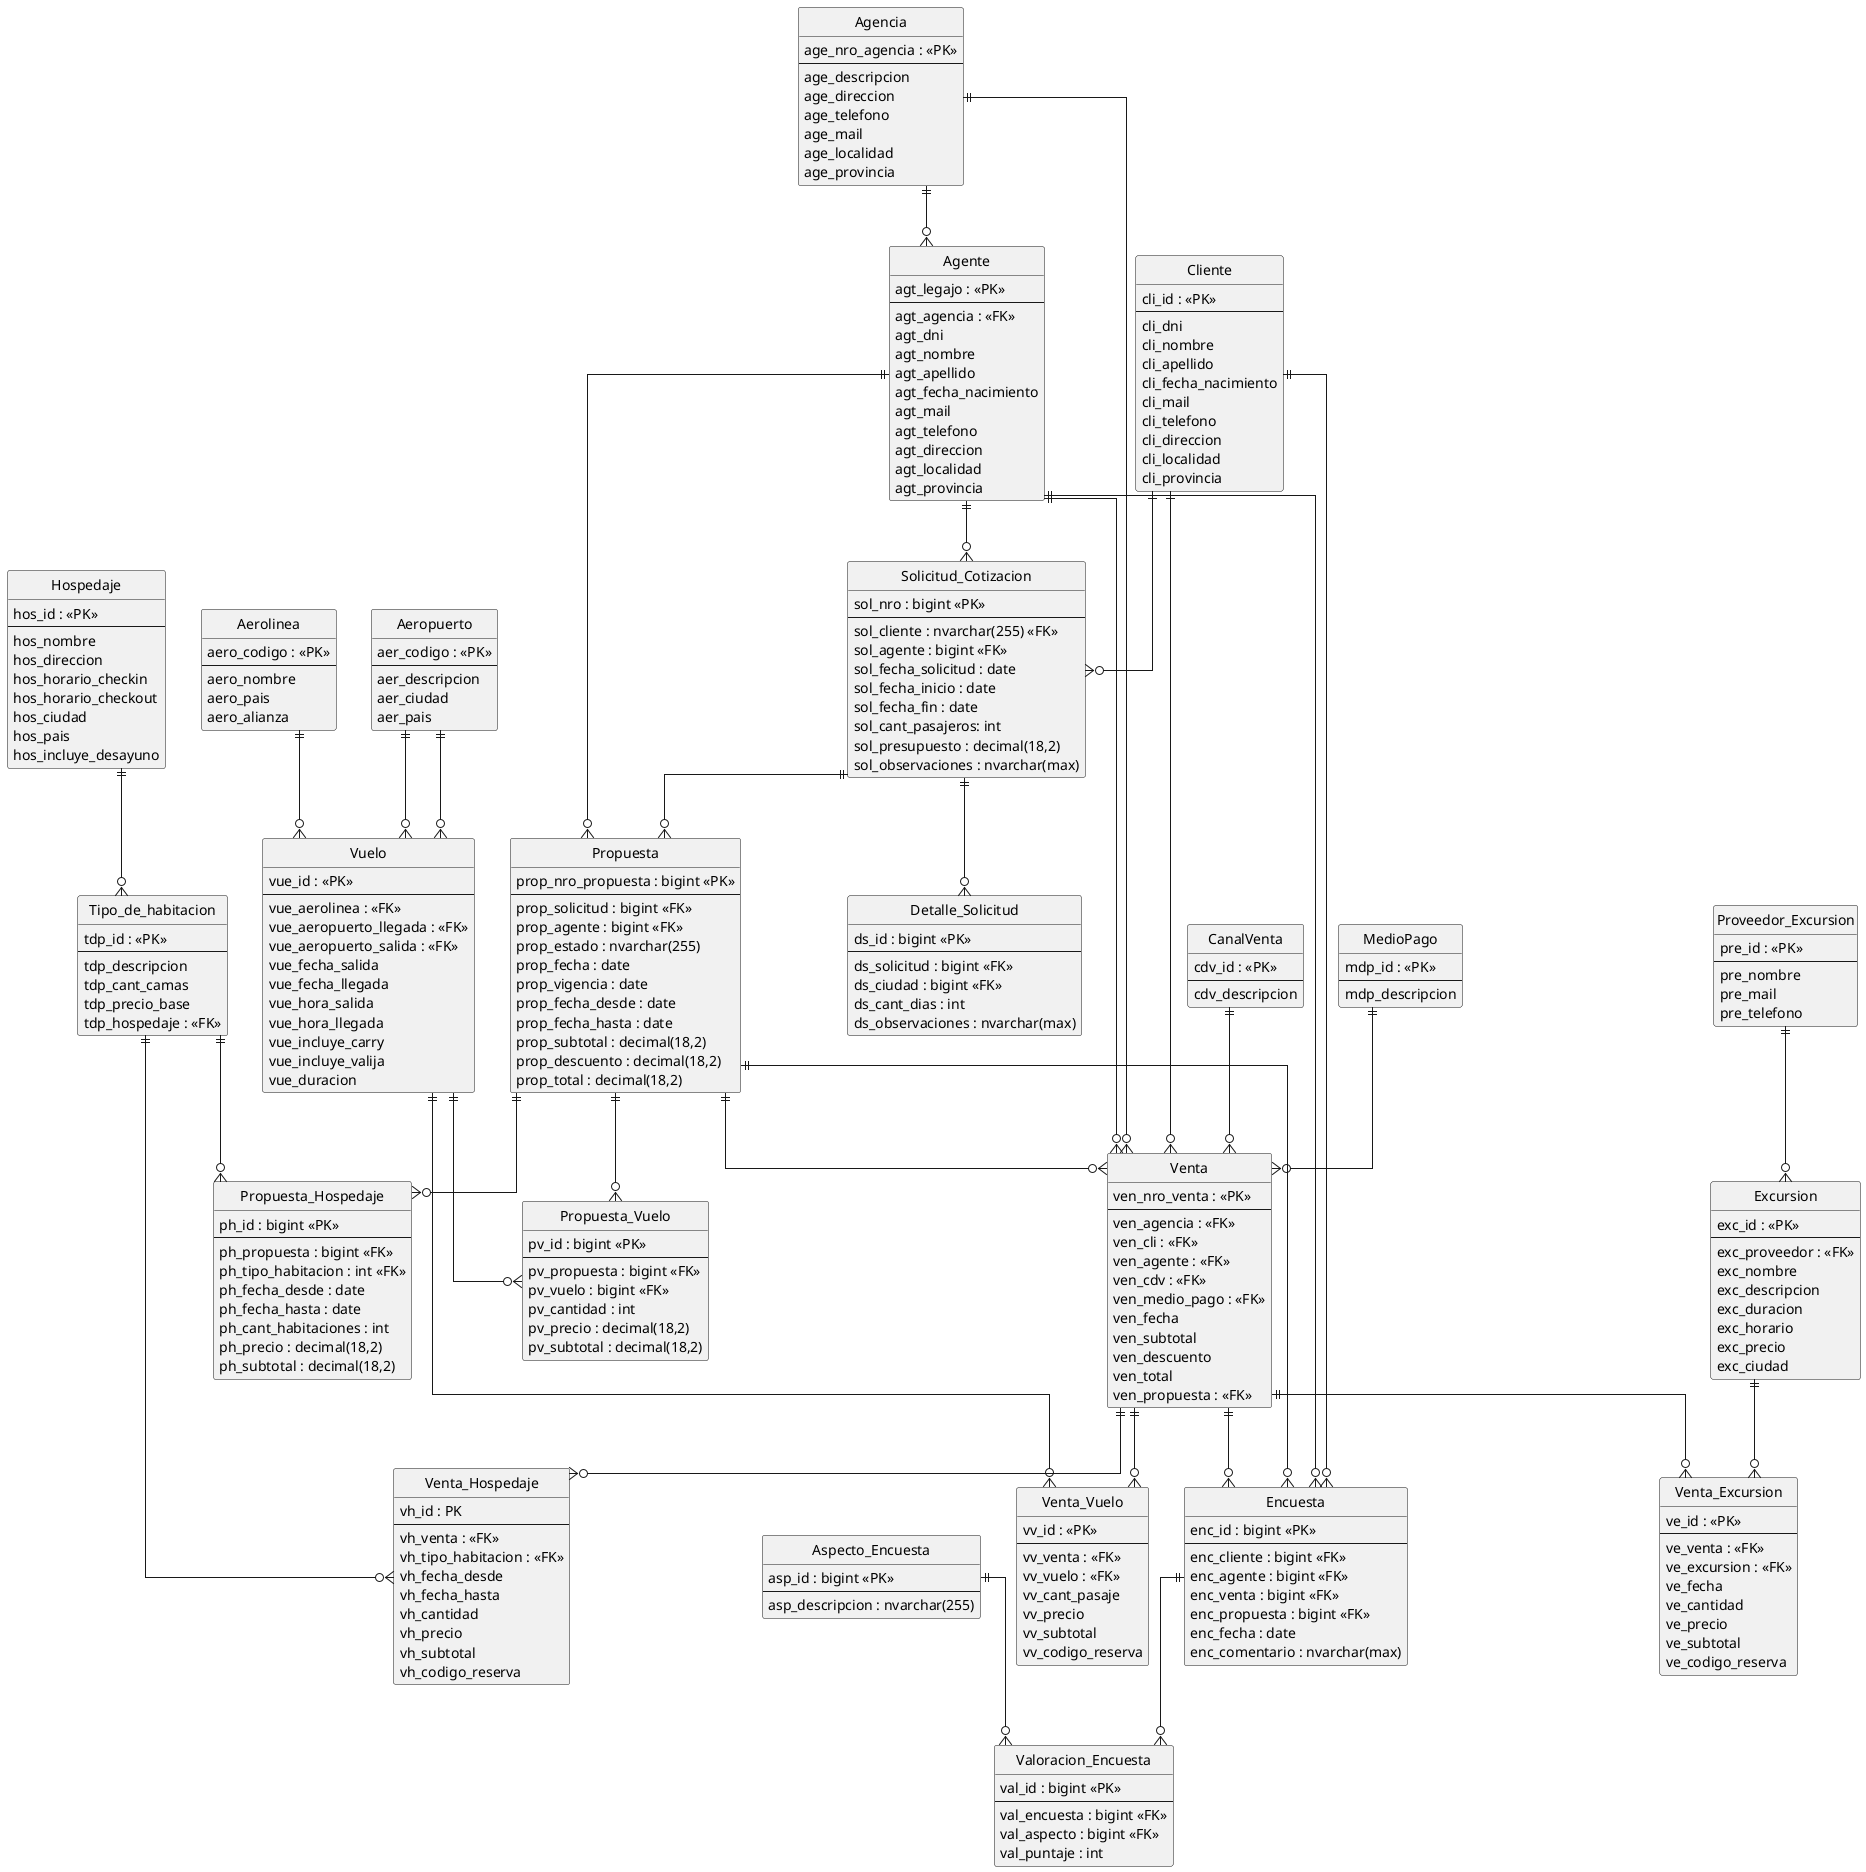
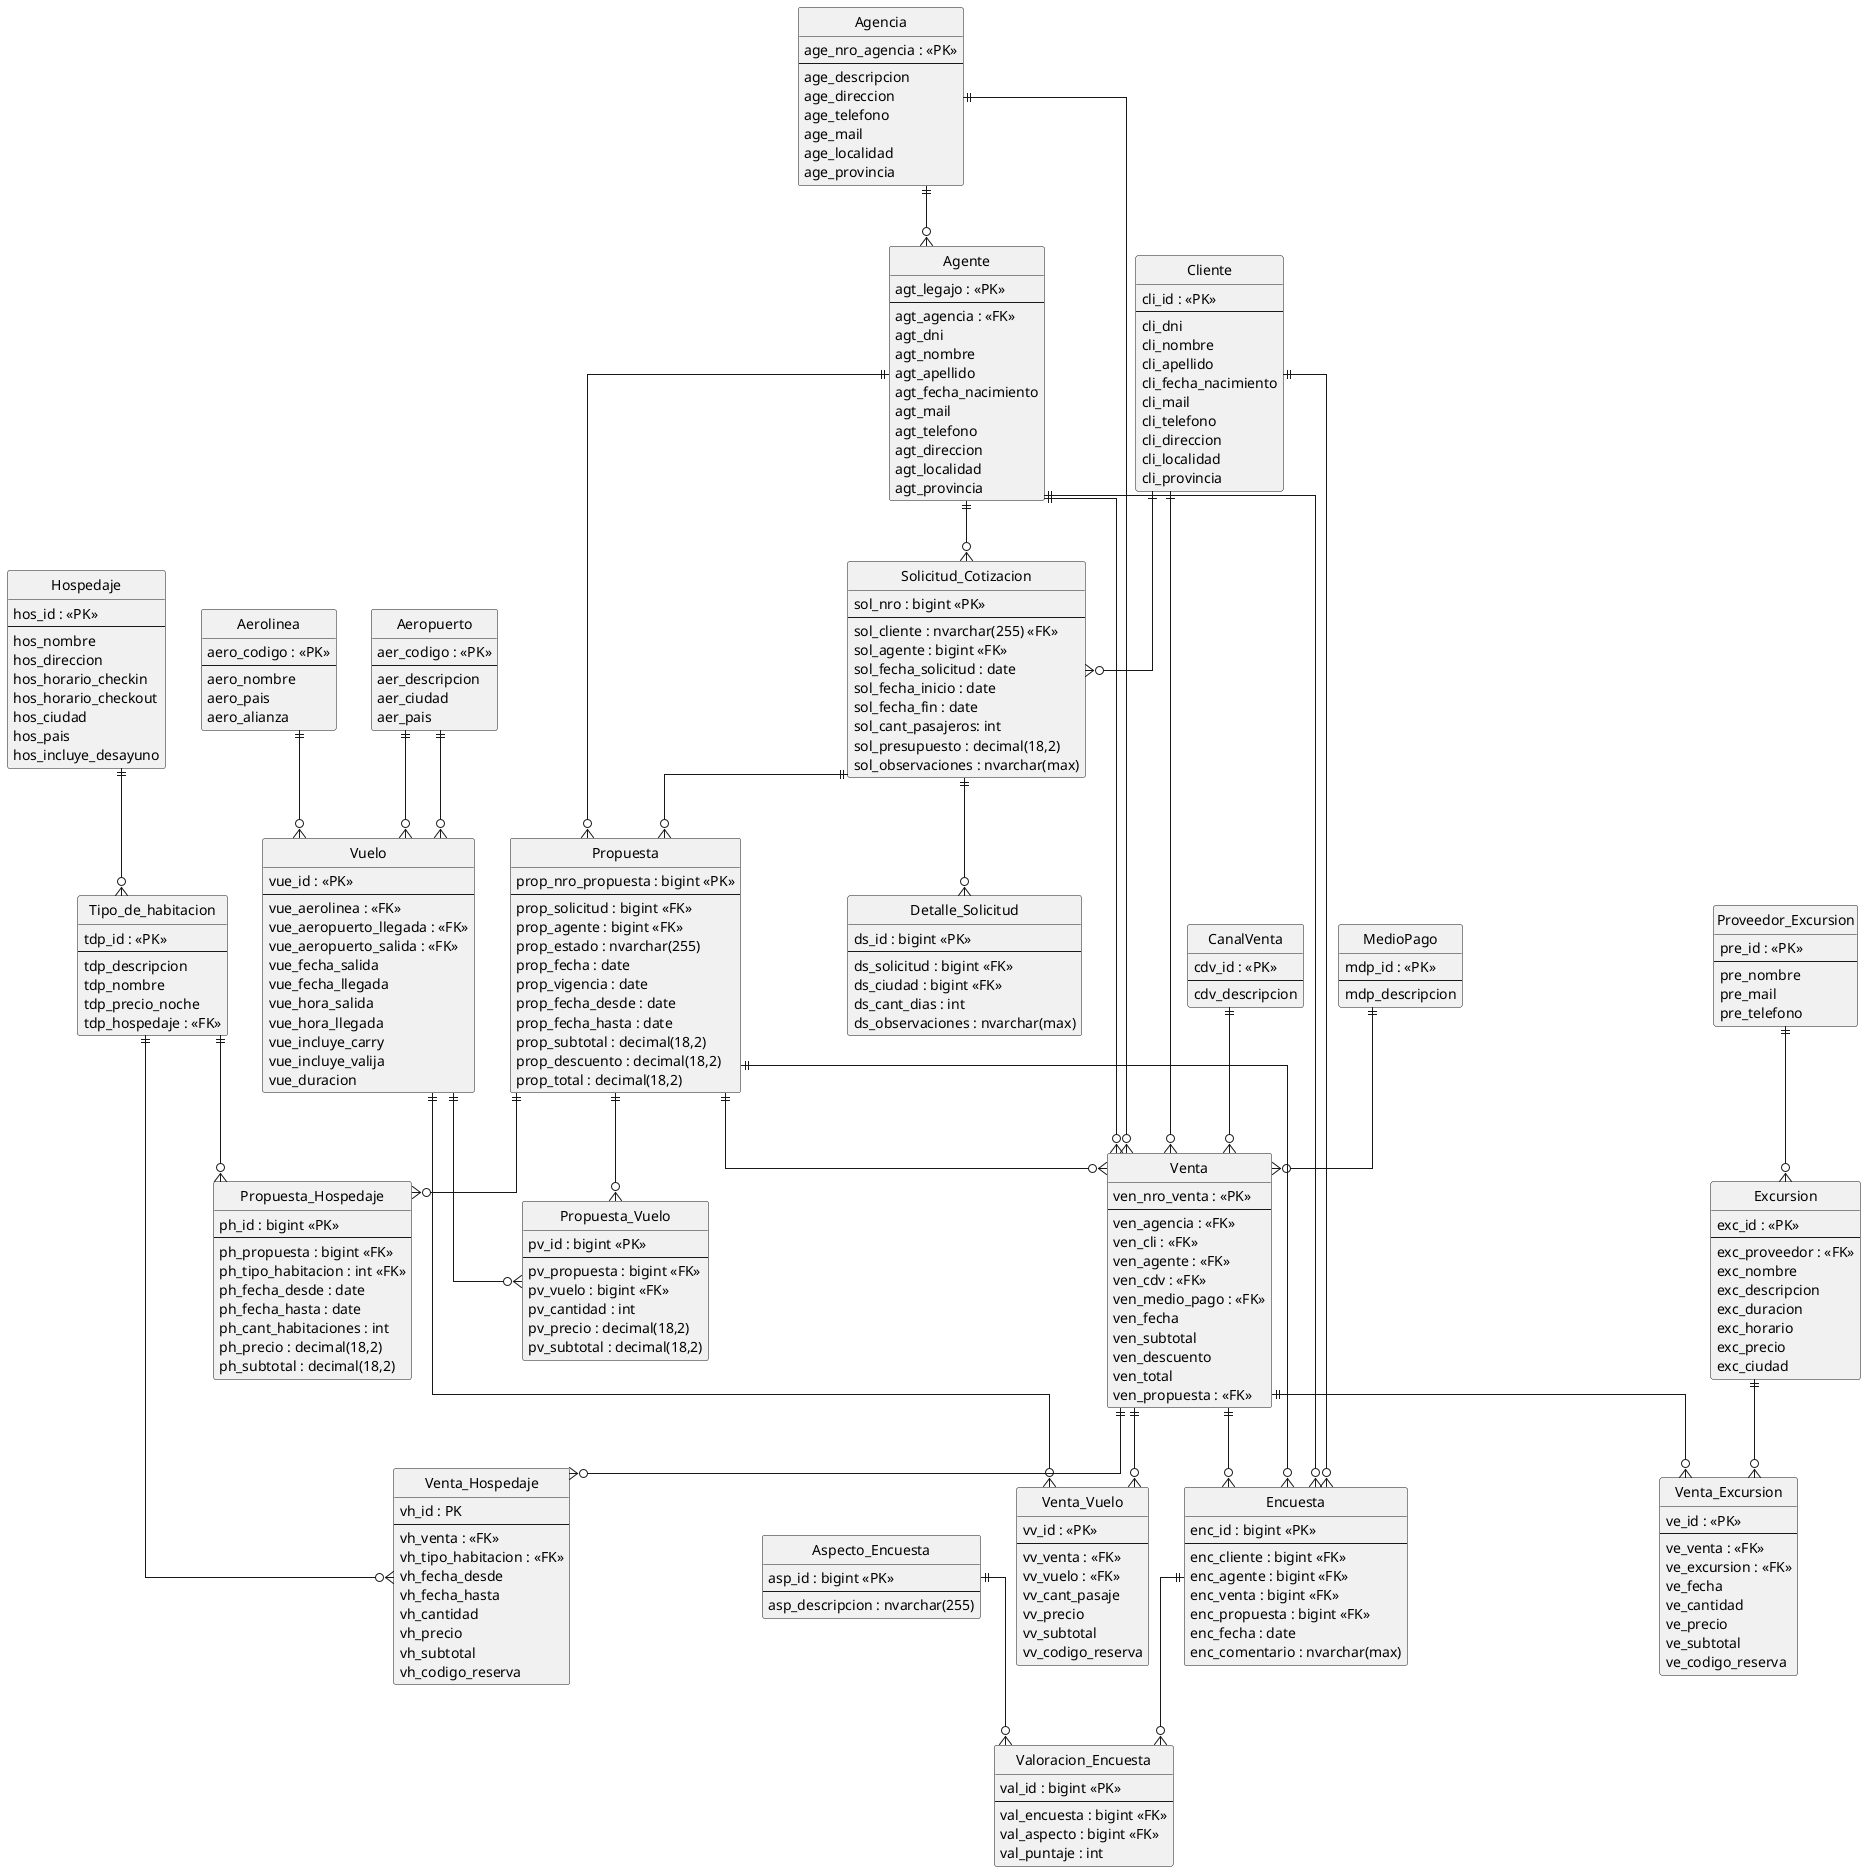
@startuml
hide circle
skinparam linetype ortho

entity Agencia {
  age_nro_agencia : <<PK>>
  --
  age_descripcion
  age_direccion
  age_telefono
  age_mail
  age_localidad
  age_provincia
}

entity Cliente {
  cli_id : <<PK>>
  --
  cli_dni
  cli_nombre
  cli_apellido
  cli_fecha_nacimiento
  cli_mail
  cli_telefono
  cli_direccion
  cli_localidad
  cli_provincia
}

entity Agente {
  agt_legajo : <<PK>>
  --
  agt_agencia : <<FK>>
  agt_dni
  agt_nombre
  agt_apellido
  agt_fecha_nacimiento
  agt_mail
  agt_telefono
  agt_direccion
  agt_localidad
  agt_provincia
}

entity CanalVenta {
  cdv_id : <<PK>>
  --
  cdv_descripcion
}

entity MedioPago {
  mdp_id : <<PK>>
  --
  mdp_descripcion
}

entity Aerolinea {
  aero_codigo : <<PK>>
  --
  aero_nombre
  aero_pais
  aero_alianza
}

entity Aeropuerto {
  aer_codigo : <<PK>>
  --
  aer_descripcion
  aer_ciudad
  aer_pais
}

entity Vuelo {
  vue_id : <<PK>>
  --
  vue_aerolinea : <<FK>>
  vue_aeropuerto_llegada : <<FK>>
  vue_aeropuerto_salida : <<FK>>
  vue_fecha_salida
  vue_fecha_llegada
  vue_hora_salida
  vue_hora_llegada
  vue_incluye_carry
  vue_incluye_valija
  vue_duracion
}

entity Hospedaje {
  hos_id : <<PK>>
  --
  hos_nombre
  hos_direccion
  hos_horario_checkin
  hos_horario_checkout
  hos_ciudad
  hos_pais
  hos_incluye_desayuno
}

entity Tipo_de_habitacion {
  tdp_id : <<PK>>
  --
  tdp_descripcion
-   tdp_cant_camas
-   tdp_precio_base
+   tdp_nombre
+   tdp_precio_noche
  tdp_hospedaje : <<FK>>
}

entity Proveedor_Excursion {
  pre_id : <<PK>>
  --
  pre_nombre
  pre_mail
  pre_telefono
}

entity Excursion {
  exc_id : <<PK>>
  --
  exc_proveedor : <<FK>>
  exc_nombre
  exc_descripcion
  exc_duracion
  exc_horario
  exc_precio
  exc_ciudad
}

entity Venta {
  ven_nro_venta : <<PK>>
  --
  ven_agencia : <<FK>>
  ven_cli : <<FK>>
  ven_agente : <<FK>>
  ven_cdv : <<FK>>
  ven_medio_pago : <<FK>>
  ven_fecha
  ven_subtotal
  ven_descuento
  ven_total
  ven_propuesta : <<FK>>
}

entity Venta_Vuelo {
  vv_id : <<PK>>
  --
  vv_venta : <<FK>>
  vv_vuelo : <<FK>>
  vv_cant_pasaje
  vv_precio
  vv_subtotal
  vv_codigo_reserva
}

entity Venta_Hospedaje {
  vh_id : PK
  --
  vh_venta : <<FK>>
  vh_tipo_habitacion : <<FK>>
  vh_fecha_desde
  vh_fecha_hasta
  vh_cantidad
  vh_precio
  vh_subtotal
  vh_codigo_reserva
}

entity Venta_Excursion {
  ve_id : <<PK>>
  --
  ve_venta : <<FK>>
  ve_excursion : <<FK>>
  ve_fecha
  ve_cantidad
  ve_precio
  ve_subtotal
  ve_codigo_reserva
}

entity Solicitud_Cotizacion {
  sol_nro : bigint <<PK>>
  --
  sol_cliente : nvarchar(255) <<FK>>
  sol_agente : bigint <<FK>>
  sol_fecha_solicitud : date
  sol_fecha_inicio : date
  sol_fecha_fin : date
  sol_cant_pasajeros: int
  sol_presupuesto : decimal(18,2)
  sol_observaciones : nvarchar(max)
}

entity Detalle_Solicitud {
  ds_id : bigint <<PK>>
  --
  ds_solicitud : bigint <<FK>>
  ds_ciudad : bigint <<FK>>
  ds_cant_dias : int
  ds_observaciones : nvarchar(max)
}

entity Propuesta {
  prop_nro_propuesta : bigint <<PK>>
  --
  prop_solicitud : bigint <<FK>>
  prop_agente : bigint <<FK>>
  prop_estado : nvarchar(255)
  prop_fecha : date
  prop_vigencia : date
  prop_fecha_desde : date
  prop_fecha_hasta : date
  prop_subtotal : decimal(18,2)
  prop_descuento : decimal(18,2)
  prop_total : decimal(18,2)
}

entity Propuesta_Vuelo {
  pv_id : bigint <<PK>>
  --
  pv_propuesta : bigint <<FK>>
  pv_vuelo : bigint <<FK>>
  pv_cantidad : int
  pv_precio : decimal(18,2)
  pv_subtotal : decimal(18,2)
}

entity Propuesta_Hospedaje {
  ph_id : bigint <<PK>>
  --
  ph_propuesta : bigint <<FK>>
  ph_tipo_habitacion : int <<FK>>
  ph_fecha_desde : date
  ph_fecha_hasta : date
  ph_cant_habitaciones : int
  ph_precio : decimal(18,2)
  ph_subtotal : decimal(18,2)
}

entity Encuesta {
  enc_id : bigint <<PK>>
  --
  enc_cliente : bigint <<FK>>
  enc_agente : bigint <<FK>>
  enc_venta : bigint <<FK>>
  enc_propuesta : bigint <<FK>>
  enc_fecha : date
  enc_comentario : nvarchar(max)
}

entity Aspecto_Encuesta {
  asp_id : bigint <<PK>>
  --
  asp_descripcion : nvarchar(255)
}

entity Valoracion_Encuesta {
  val_id : bigint <<PK>>
  --
  val_encuesta : bigint <<FK>>
  val_aspecto : bigint <<FK>>
  val_puntaje : int
}

Agencia ||--o{ Agente
Agencia ||--o{ Venta

Cliente ||--o{ Venta
Cliente ||--o{ Solicitud_Cotizacion
Cliente ||--o{ Encuesta

Agente ||--o{ Venta
Agente ||--o{ Solicitud_Cotizacion
Agente ||--o{ Propuesta
Agente ||--o{ Encuesta

CanalVenta ||--o{ Venta
MedioPago ||--o{ Venta

Aerolinea ||--o{ Vuelo
Aeropuerto ||--o{ Vuelo
Aeropuerto ||--o{ Vuelo

Hospedaje ||--o{ Tipo_de_habitacion

Proveedor_Excursion ||--o{ Excursion

Venta ||--o{ Venta_Vuelo
Venta ||--o{ Venta_Hospedaje
Venta ||--o{ Venta_Excursion

Vuelo ||--o{ Venta_Vuelo
Tipo_de_habitacion ||--o{ Venta_Hospedaje
Excursion ||--o{ Venta_Excursion

Solicitud_Cotizacion ||--o{ Detalle_Solicitud
Solicitud_Cotizacion ||--o{ Propuesta

Propuesta ||--o{ Propuesta_Vuelo
Propuesta ||--o{ Propuesta_Hospedaje

Vuelo ||--o{ Propuesta_Vuelo
Tipo_de_habitacion ||--o{ Propuesta_Hospedaje

Propuesta ||--o{ Venta

Encuesta ||--o{ Valoracion_Encuesta
Aspecto_Encuesta ||--o{ Valoracion_Encuesta

Venta ||--o{ Encuesta
Propuesta ||--o{ Encuesta


@enduml
